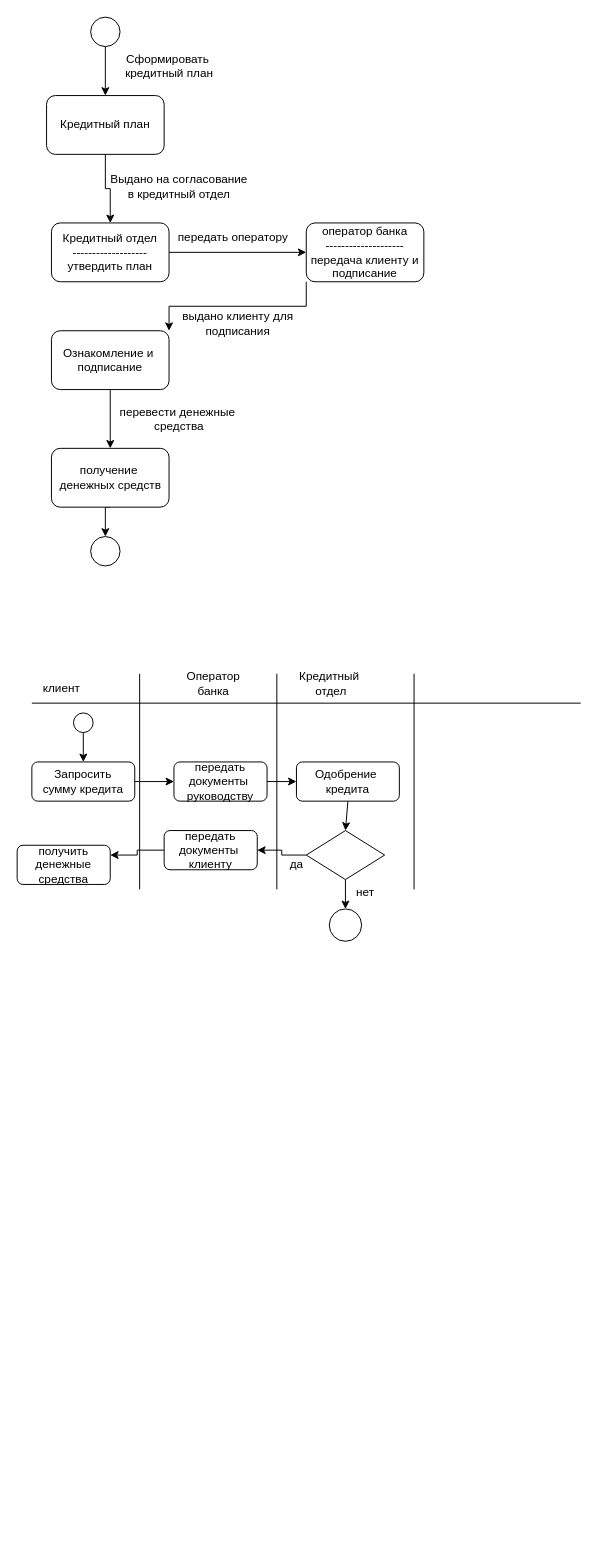
EnoT1K4/project_new keeps this draw.io diagram as page "Страница 5" (5 of 7) of AKMS2.drawio. Above is the earlier version. Source tidied: cells renumbered, new cells numbered last; positions are measured from the earlier drawing's top-left corner, leaving out a move shared by most shapes. Both pictures are drawn from the tidied source at 98%, with x=0, y=0 at pixel (17, 17).
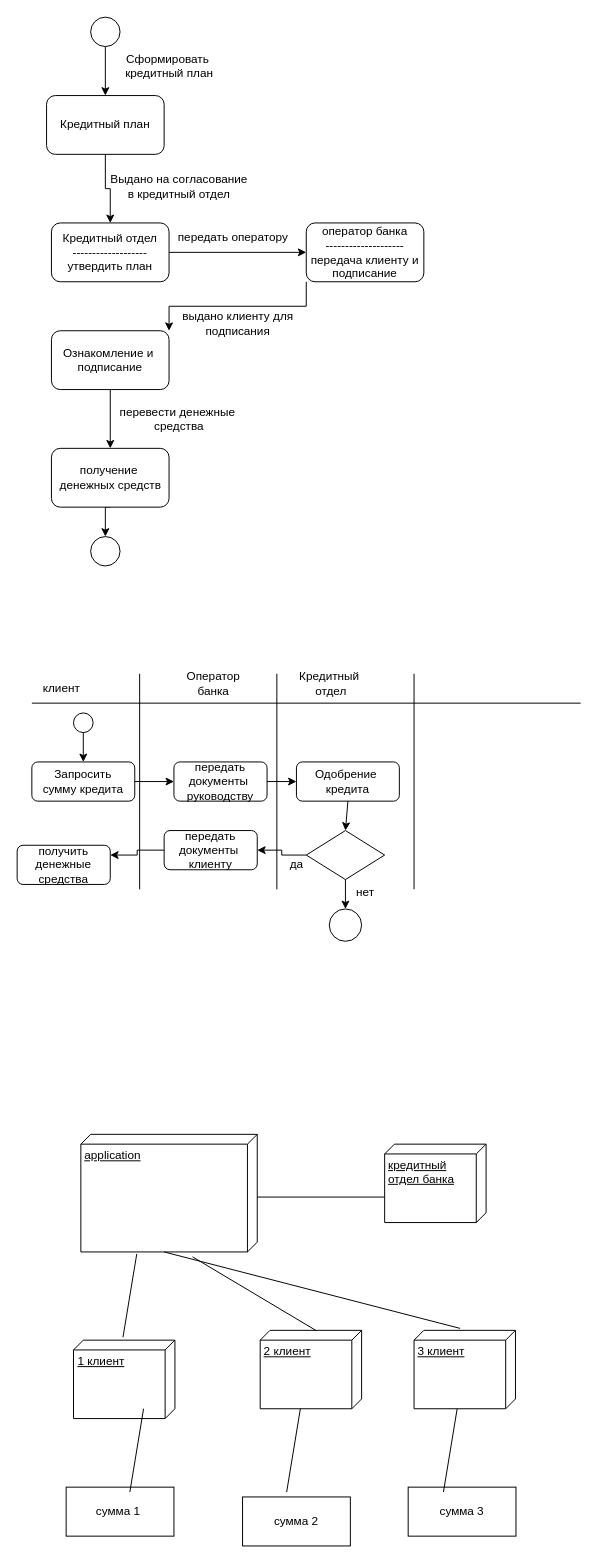
The same page after the edit.

The edit, as a diff of the source:
```diff
@@
+    <mxCell id="45" value="application" style="verticalAlign=top;align=left;spacingTop=8;spacingLeft=2;spacingRight=12;shape=cube;size=10;direction=south;fontStyle=4;html=1;whiteSpace=wrap;" parent="1" vertex="1">
+      <mxGeometry x="65" y="1140" width="180" height="120" as="geometry" />
+    </mxCell>
+    <mxCell id="46" value="кредитный отдел банка" style="verticalAlign=top;align=left;spacingTop=8;spacingLeft=2;spacingRight=12;shape=cube;size=10;direction=south;fontStyle=4;html=1;whiteSpace=wrap;" parent="1" vertex="1">
+      <mxGeometry x="375" y="1150" width="103.5" height="80" as="geometry" />
+    </mxCell>
+    <mxCell id="47" style="line;strokeWidth=1;fillColor=none;align=left;verticalAlign=middle;spacingTop=-1;spacingLeft=3;spacingRight=3;labelPosition=right;strokeColor=inherit;" parent="1" vertex="1">
+      <mxGeometry x="245" y="1200" width="130" height="8" as="geometry" />
+    </mxCell>
+    <mxCell id="48" value="1 клиент" style="verticalAlign=top;align=left;spacingTop=8;spacingLeft=2;spacingRight=12;shape=cube;size=10;direction=south;fontStyle=4;html=1;whiteSpace=wrap;" parent="1" vertex="1">
+      <mxGeometry x="57.5" y="1350" width="103.5" height="80" as="geometry" />
+    </mxCell>
+    <mxCell id="49" value="2 клиент" style="verticalAlign=top;align=left;spacingTop=8;spacingLeft=2;spacingRight=12;shape=cube;size=10;direction=south;fontStyle=4;html=1;whiteSpace=wrap;" parent="1" vertex="1">
+      <mxGeometry x="248" y="1340" width="103.5" height="80" as="geometry" />
+    </mxCell>
+    <mxCell id="50" value="3 клиент" style="verticalAlign=top;align=left;spacingTop=8;spacingLeft=2;spacingRight=12;shape=cube;size=10;direction=south;fontStyle=4;html=1;whiteSpace=wrap;" parent="1" vertex="1">
+      <mxGeometry x="405" y="1340" width="103.5" height="80" as="geometry" />
+    </mxCell>
+    <mxCell id="51" value="сумма 1&amp;nbsp;" style="html=1;whiteSpace=wrap;" parent="1" vertex="1">
+      <mxGeometry x="50" y="1500" width="110" height="50" as="geometry" />
+    </mxCell>
+    <mxCell id="52" value="сумма 2" style="html=1;whiteSpace=wrap;" parent="1" vertex="1">
+      <mxGeometry x="230" y="1510" width="110" height="50" as="geometry" />
+    </mxCell>
+    <mxCell id="53" value="сумма 3" style="html=1;whiteSpace=wrap;" parent="1" vertex="1">
+      <mxGeometry x="399" y="1500" width="110" height="50" as="geometry" />
+    </mxCell>
+    <mxCell id="54" style="endArrow=none;html=1;rounded=0;entryX=1.017;entryY=0.683;entryDx=0;entryDy=0;entryPerimeter=0;exitX=-0.037;exitY=0.512;exitDx=0;exitDy=0;exitPerimeter=0;" parent="1" edge="1" source="48" target="45">
+      <mxGeometry relative="1" as="geometry" />
+    </mxCell>
+    <mxCell id="55" style="endArrow=none;html=1;rounded=0;entryX=1.017;entryY=0.683;entryDx=0;entryDy=0;entryPerimeter=0;exitX=0;exitY=0;exitDx=0;exitDy=46.75;exitPerimeter=0;" parent="1" edge="1" source="49">
+      <mxGeometry relative="1" as="geometry">
+        <mxPoint x="179" y="1265" as="targetPoint" />
+      </mxGeometry>
+    </mxCell>
+    <mxCell id="56" style="endArrow=none;html=1;rounded=0;entryX=1.017;entryY=0.683;entryDx=0;entryDy=0;entryPerimeter=0;exitX=-0.025;exitY=0.546;exitDx=0;exitDy=0;exitPerimeter=0;" parent="1" edge="1" source="50">
+      <mxGeometry relative="1" as="geometry">
+        <mxPoint x="150" y="1260" as="targetPoint" />
+      </mxGeometry>
+    </mxCell>
+    <mxCell id="57" style="endArrow=none;html=1;rounded=0;entryX=1.017;entryY=0.683;entryDx=0;entryDy=0;entryPerimeter=0;exitX=-0.037;exitY=0.512;exitDx=0;exitDy=0;exitPerimeter=0;" parent="1" edge="1">
+      <mxGeometry relative="1" as="geometry">
+        <mxPoint x="115" y="1505" as="sourcePoint" />
+        <mxPoint x="129" y="1420" as="targetPoint" />
+      </mxGeometry>
+    </mxCell>
+    <mxCell id="58" style="endArrow=none;html=1;rounded=0;entryX=1.017;entryY=0.683;entryDx=0;entryDy=0;entryPerimeter=0;exitX=-0.037;exitY=0.512;exitDx=0;exitDy=0;exitPerimeter=0;" parent="1" edge="1">
+      <mxGeometry relative="1" as="geometry">
+        <mxPoint x="275" y="1505" as="sourcePoint" />
+        <mxPoint x="289" y="1420" as="targetPoint" />
+      </mxGeometry>
+    </mxCell>
+    <mxCell id="59" style="endArrow=none;html=1;rounded=0;entryX=1.017;entryY=0.683;entryDx=0;entryDy=0;entryPerimeter=0;exitX=-0.037;exitY=0.512;exitDx=0;exitDy=0;exitPerimeter=0;" parent="1" edge="1">
+      <mxGeometry relative="1" as="geometry">
+        <mxPoint x="435" y="1505" as="sourcePoint" />
+        <mxPoint x="449" y="1420" as="targetPoint" />
+      </mxGeometry>
+    </mxCell>
```
